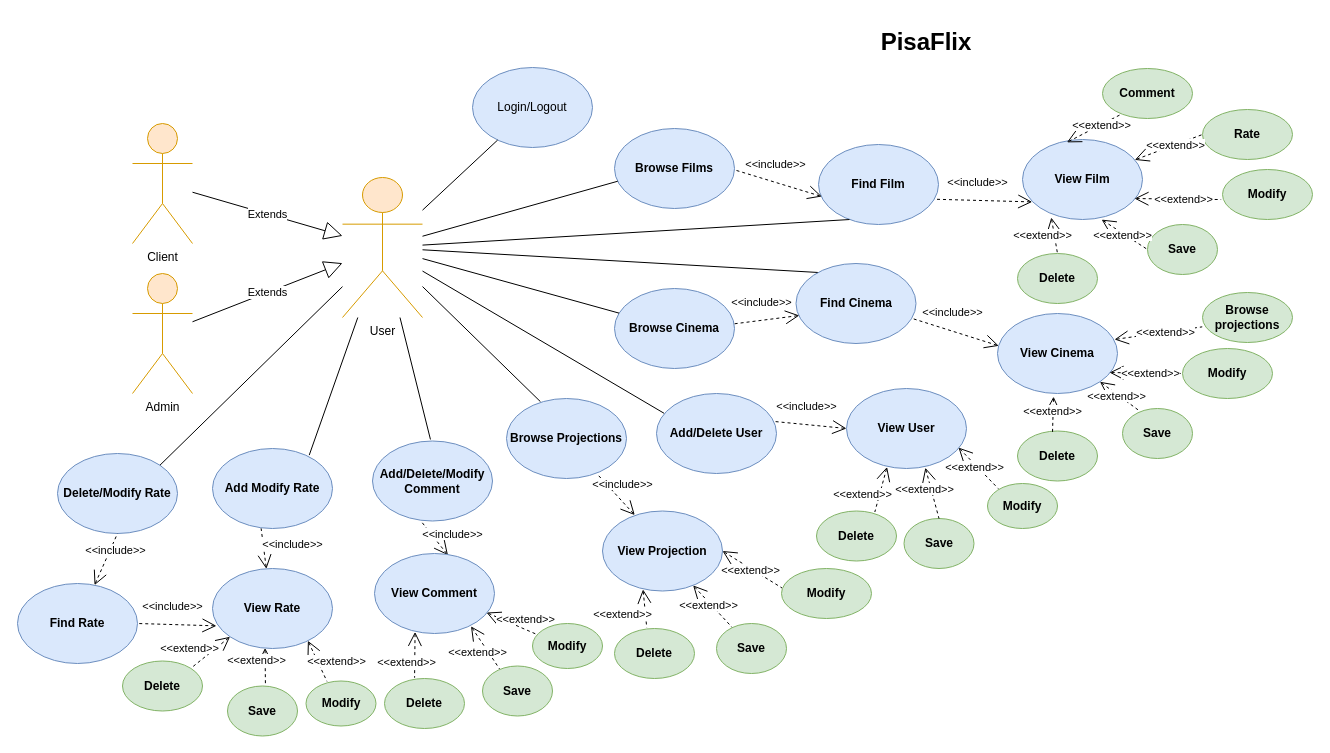
Earlier version of the draw.io diagram Task1/Use Case.drawio (unipi-fr/LargeScaleMultiStructureDatabases). Source tidied: cells renumbered, new cells numbered last; positions are measured from the earlier drawing's top-left corner, leaving out a move shared by most shapes. Both pictures are drawn from the tidied source at 100%, with x=0, y=0 at pixel (17, 17).
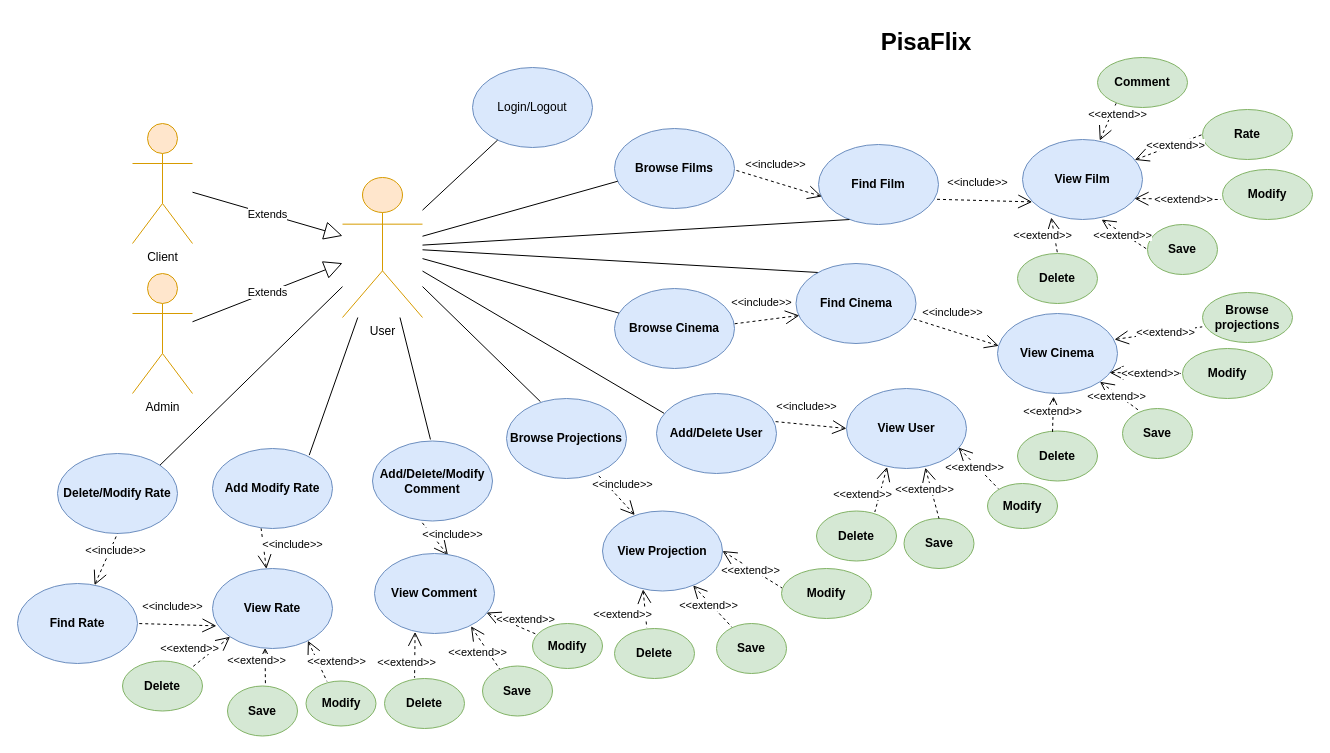
Above is the later version.

Unchanged cells that the change refers to:
```xml
<mxCell id="14" value="View Film" style="ellipse;whiteSpace=wrap;html=1;fontStyle=1;fillColor=#dae8fc;strokeColor=#6c8ebf;" parent="1" vertex="1">
  <mxGeometry x="1005" y="122" width="120" height="80" as="geometry" />
</mxCell>
```

Change to the diagram source:
```diff
@@
     <mxCell id="83" value="Comment" style="ellipse;whiteSpace=wrap;html=1;fontStyle=1;fillColor=#d5e8d4;strokeColor=#82b366;" parent="1" vertex="1">
-      <mxGeometry x="1085" y="51" width="90" height="50" as="geometry" />
+      <mxGeometry x="1080" y="40" width="90" height="50" as="geometry" />
     </mxCell>
-    <mxCell id="84" value="&lt;span style=&quot;background-color: rgb(255 , 255 , 255)&quot;&gt;&amp;lt;&amp;lt;extend&amp;gt;&amp;gt;&lt;/span&gt;" style="edgeStyle=none;html=1;startArrow=open;endArrow=none;startSize=12;verticalAlign=bottom;dashed=1;labelBackgroundColor=none;entryX=0.207;entryY=0.916;entryDx=0;entryDy=0;exitX=0.37;exitY=0.036;exitDx=0;exitDy=0;exitPerimeter=0;entryPerimeter=0;" parent="1" edge="1" source="14" target="83">
+    <mxCell id="84" value="&lt;span style=&quot;background-color: rgb(255 , 255 , 255)&quot;&gt;&amp;lt;&amp;lt;extend&amp;gt;&amp;gt;&lt;/span&gt;" style="edgeStyle=none;html=1;startArrow=open;endArrow=none;startSize=12;verticalAlign=bottom;dashed=1;labelBackgroundColor=none;entryX=0.207;entryY=0.916;entryDx=0;entryDy=0;exitX=0.644;exitY=0.013;exitDx=0;exitDy=0;exitPerimeter=0;entryPerimeter=0;" parent="1" edge="1" source="14" target="83">
       <mxGeometry x="0.12" y="-9" relative="1" as="geometry" />
     </mxCell>
```
